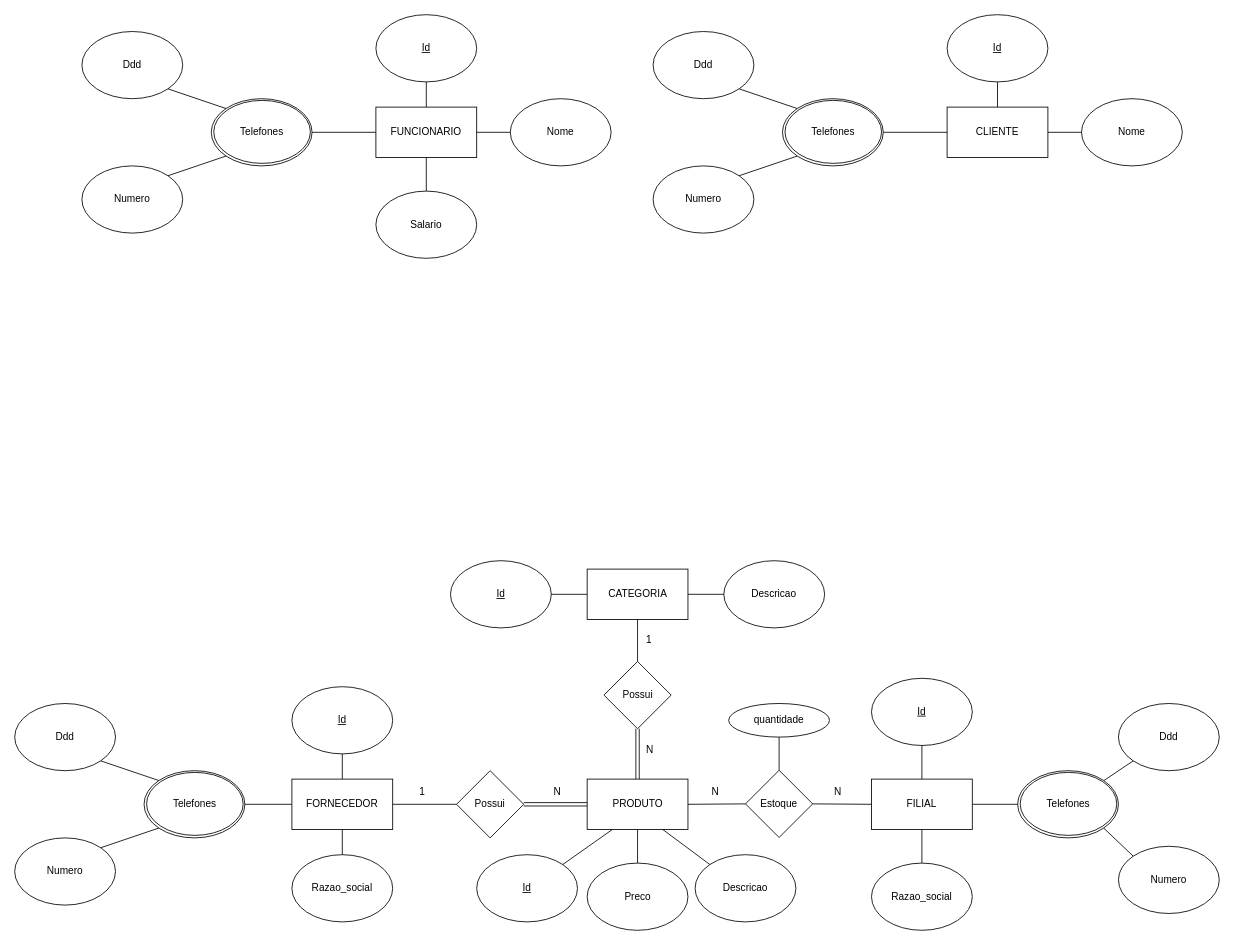
This is BDLEO.drawio from Konitch/Diagram, a draw.io file, before an edit. Source tidied: cells renumbered, new cells numbered last; positions are measured from the earlier drawing's top-left corner, leaving out a move shared by most shapes. Both pictures are drawn from the tidied source at 84%, with x=0, y=0 at pixel (14, 14).
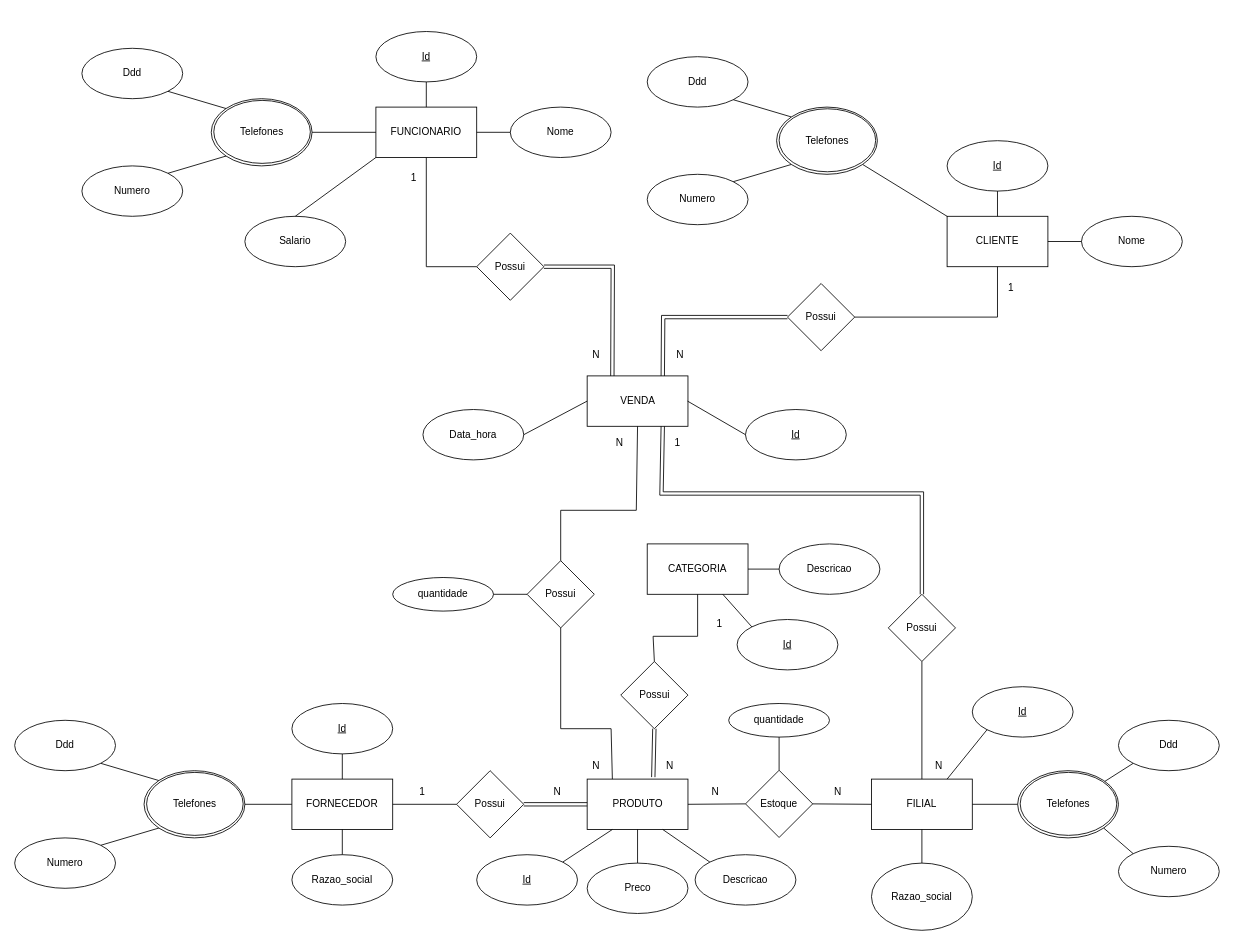
Above is the later version.

The change refers to these unchanged cells:
```xml
<mxCell id="5" value="FILIAL" style="rounded=0;whiteSpace=wrap;html=1;" parent="1" vertex="1">
  <mxGeometry x="1020" y="910" width="120" height="60" as="geometry" />
</mxCell>
<mxCell id="29" value="PRODUTO" style="rounded=0;whiteSpace=wrap;html=1;" parent="1" vertex="1">
  <mxGeometry x="681.5" y="910" width="120" height="60" as="geometry" />
</mxCell>
<mxCell id="55" value="FUNCIONARIO" style="rounded=0;whiteSpace=wrap;html=1;" parent="1" vertex="1">
  <mxGeometry x="430" y="110" width="120" height="60" as="geometry" />
</mxCell>
```

What changed in the source:
```diff
@@
     <mxCell id="2" value="CLIENTE" style="rounded=0;whiteSpace=wrap;html=1;" parent="1" vertex="1">
-      <mxGeometry x="1110" y="110" width="120" height="60" as="geometry" />
+      <mxGeometry x="1110" y="240" width="120" height="60" as="geometry" />
     </mxCell>
     <mxCell id="3" value="&lt;u&gt;Id&lt;/u&gt;" style="ellipse;whiteSpace=wrap;html=1;" parent="1" vertex="1">
-      <mxGeometry x="1110" width="120" height="80" as="geometry" />
+      <mxGeometry x="1110" y="150" width="120" height="60" as="geometry" />
     </mxCell>
     <mxCell id="4" value="Nome" style="ellipse;whiteSpace=wrap;html=1;" parent="1" vertex="1">
-      <mxGeometry x="1270" y="100" width="120" height="80" as="geometry" />
+      <mxGeometry x="1270" y="240" width="120" height="60" as="geometry" />
     </mxCell>
@@
     <mxCell id="6" value="&lt;u&gt;Id&lt;/u&gt;" style="ellipse;whiteSpace=wrap;html=1;" parent="1" vertex="1">
-      <mxGeometry x="1020" y="790" width="120" height="80" as="geometry" />
+      <mxGeometry x="1140" y="800" width="120" height="60" as="geometry" />
     </mxCell>
@@
     <mxCell id="10" value="Ddd" style="ellipse;whiteSpace=wrap;html=1;" parent="1" vertex="1">
-      <mxGeometry x="1314" y="820" width="120" height="80" as="geometry" />
+      <mxGeometry x="1314" y="840" width="120" height="60" as="geometry" />
     </mxCell>
     <mxCell id="11" value="Numero" style="ellipse;whiteSpace=wrap;html=1;" parent="1" vertex="1">
-      <mxGeometry x="1314" y="990" width="120" height="80" as="geometry" />
+      <mxGeometry x="1314" y="990" width="120" height="60" as="geometry" />
     </mxCell>
     <mxCell id="12" value="CATEGORIA" style="rounded=0;whiteSpace=wrap;html=1;" parent="1" vertex="1">
-      <mxGeometry x="681.5" y="660" width="120" height="60" as="geometry" />
+      <mxGeometry x="753" y="630" width="120" height="60" as="geometry" />
     </mxCell>
     <mxCell id="13" value="&lt;u&gt;Id&lt;/u&gt;" style="ellipse;whiteSpace=wrap;html=1;" parent="1" vertex="1">
-      <mxGeometry x="518.8" y="650" width="120" height="80" as="geometry" />
+      <mxGeometry x="860" y="720" width="120" height="60" as="geometry" />
     </mxCell>
     <mxCell id="14" value="Descricao" style="ellipse;whiteSpace=wrap;html=1;" parent="1" vertex="1">
-      <mxGeometry x="844.2" y="650" width="120" height="80" as="geometry" />
+      <mxGeometry x="910" y="630" width="120" height="60" as="geometry" />
     </mxCell>
-    <mxCell id="15" style="endArrow=none;html=1;rounded=0;exitX=1;exitY=0.5;exitDx=0;exitDy=0;entryX=0;entryY=0.5;entryDx=0;entryDy=0;" parent="1" edge="1" source="13" target="12">
+    <mxCell id="15" style="endArrow=none;html=1;rounded=0;exitX=0;exitY=0;exitDx=0;exitDy=0;entryX=0.75;entryY=1;entryDx=0;entryDy=0;" parent="1" edge="1" source="13" target="12">
       <mxGeometry relative="1" as="geometry" />
     </mxCell>
@@
-    <mxCell id="19" style="endArrow=none;html=1;rounded=0;entryX=0.5;entryY=1;entryDx=0;entryDy=0;exitX=0.5;exitY=0;exitDx=0;exitDy=0;" parent="1" edge="1" source="5" target="6">
+    <mxCell id="19" style="endArrow=none;html=1;rounded=0;entryX=0;entryY=1;entryDx=0;entryDy=0;exitX=0.75;exitY=0;exitDx=0;exitDy=0;" parent="1" edge="1" source="5" target="6">
       <mxGeometry relative="1" as="geometry" />
     </mxCell>
@@
     <mxCell id="22" style="ellipse;whiteSpace=wrap;html=1;" parent="1" vertex="1">
-      <mxGeometry x="914" y="100" width="120" height="80" as="geometry" />
+      <mxGeometry x="907" y="110" width="120" height="80" as="geometry" />
     </mxCell>
     <mxCell id="23" value="Telefones" style="ellipse;whiteSpace=wrap;html=1;" parent="1" vertex="1">
-      <mxGeometry x="917" y="102" width="115" height="75" as="geometry" />
+      <mxGeometry x="910" y="112" width="115" height="75" as="geometry" />
     </mxCell>
     <mxCell id="24" value="Ddd" style="ellipse;whiteSpace=wrap;html=1;" parent="1" vertex="1">
-      <mxGeometry x="760" y="20" width="120" height="80" as="geometry" />
+      <mxGeometry x="753" y="50" width="120" height="60" as="geometry" />
     </mxCell>
     <mxCell id="25" value="Numero" style="ellipse;whiteSpace=wrap;html=1;" parent="1" vertex="1">
-      <mxGeometry x="760" y="180" width="120" height="80" as="geometry" />
+      <mxGeometry x="753" y="190" width="120" height="60" as="geometry" />
     </mxCell>
@@
-    <mxCell id="28" style="endArrow=none;html=1;rounded=0;entryX=0;entryY=0.5;entryDx=0;entryDy=0;exitX=1;exitY=0.5;exitDx=0;exitDy=0;" parent="1" edge="1" source="22" target="2">
+    <mxCell id="28" style="endArrow=none;html=1;rounded=0;entryX=0;entryY=0;entryDx=0;entryDy=0;exitX=1;exitY=1;exitDx=0;exitDy=0;" parent="1" edge="1" source="22" target="2">
       <mxGeometry relative="1" as="geometry" />
     </mxCell>
@@
     <mxCell id="30" value="&lt;u&gt;Id&lt;/u&gt;" style="ellipse;whiteSpace=wrap;html=1;" parent="1" vertex="1">
-      <mxGeometry x="550" y="1000" width="120" height="80" as="geometry" />
+      <mxGeometry x="550" y="1000" width="120" height="60" as="geometry" />
     </mxCell>
     <mxCell id="31" value="Descricao" style="ellipse;whiteSpace=wrap;html=1;" parent="1" vertex="1">
-      <mxGeometry x="810" y="1000" width="120" height="80" as="geometry" />
+      <mxGeometry x="810" y="1000" width="120" height="60" as="geometry" />
     </mxCell>
@@
     <mxCell id="34" value="Preco" style="ellipse;whiteSpace=wrap;html=1;" parent="1" vertex="1">
-      <mxGeometry x="681.5" y="1010" width="120" height="80" as="geometry" />
+      <mxGeometry x="681.5" y="1010" width="120" height="60" as="geometry" />
     </mxCell>
@@
     <mxCell id="36" value="Possui" style="rhombus;whiteSpace=wrap;html=1;" parent="1" vertex="1">
-      <mxGeometry x="701.5" y="770" width="80" height="80" as="geometry" />
+      <mxGeometry x="721.5" y="770" width="80" height="80" as="geometry" />
     </mxCell>
     <mxCell id="37" style="endArrow=none;html=1;rounded=0;entryX=0.5;entryY=1;entryDx=0;entryDy=0;exitX=0.5;exitY=0;exitDx=0;exitDy=0;" parent="1" edge="1" source="36" target="12">
-      <mxGeometry relative="1" as="geometry" />
+      <mxGeometry relative="1" as="geometry">
+        <Array as="points">
+          <mxPoint x="760" y="740" />
+          <mxPoint x="813" y="740" />
+        </Array>
+      </mxGeometry>
     </mxCell>
     <mxCell id="38" value="N" style="text;strokeColor=none;fillColor=none;align=left;verticalAlign=middle;spacingLeft=4;spacingRight=4;overflow=hidden;whiteSpace=wrap;html=1;" parent="1" vertex="1">
-      <mxGeometry x="746" y="860" width="20" height="30" as="geometry" />
+      <mxGeometry x="781.5" y="390" width="20" height="30" as="geometry" />
     </mxCell>
     <mxCell id="39" value="1" style="text;strokeColor=none;fillColor=none;align=left;verticalAlign=middle;spacingLeft=4;spacingRight=4;overflow=hidden;whiteSpace=wrap;html=1;" parent="1" vertex="1">
-      <mxGeometry x="746" y="730" width="20" height="30" as="geometry" />
+      <mxGeometry x="780" y="495" width="20" height="30" as="geometry" />
     </mxCell>
-    <mxCell id="40" style="shape=link;html=1;rounded=0;exitX=0.5;exitY=0;exitDx=0;exitDy=0;entryX=0.5;entryY=1;entryDx=0;entryDy=0;" parent="1" edge="1" source="29" target="36">
+    <mxCell id="40" style="shape=link;html=1;rounded=0;exitX=0.656;exitY=-0.039;exitDx=0;exitDy=0;entryX=0.5;entryY=1;entryDx=0;entryDy=0;exitPerimeter=0;" parent="1" edge="1" source="29" target="36">
       <mxGeometry relative="1" as="geometry" />
     </mxCell>
@@
     <mxCell id="42" value="&lt;u&gt;Id&lt;/u&gt;" style="ellipse;whiteSpace=wrap;html=1;" parent="1" vertex="1">
-      <mxGeometry x="330" y="800" width="120" height="80" as="geometry" />
+      <mxGeometry x="330" y="820" width="120" height="60" as="geometry" />
     </mxCell>
     <mxCell id="43" value="Razao_social" style="ellipse;whiteSpace=wrap;html=1;" parent="1" vertex="1">
-      <mxGeometry x="330" y="1000" width="120" height="80" as="geometry" />
+      <mxGeometry x="330" y="1000" width="120" height="60" as="geometry" />
     </mxCell>
@@
     <mxCell id="46" value="Ddd" style="ellipse;whiteSpace=wrap;html=1;" parent="1" vertex="1">
-      <mxGeometry y="820" width="120" height="80" as="geometry" />
+      <mxGeometry y="840" width="120" height="60" as="geometry" />
     </mxCell>
     <mxCell id="47" value="Numero" style="ellipse;whiteSpace=wrap;html=1;" parent="1" vertex="1">
-      <mxGeometry y="980" width="120" height="80" as="geometry" />
+      <mxGeometry y="980" width="120" height="60" as="geometry" />
     </mxCell>
@@
     <mxCell id="56" value="&lt;u&gt;Id&lt;/u&gt;" style="ellipse;whiteSpace=wrap;html=1;" parent="1" vertex="1">
-      <mxGeometry x="430" width="120" height="80" as="geometry" />
+      <mxGeometry x="430" y="20" width="120" height="60" as="geometry" />
     </mxCell>
     <mxCell id="57" value="Nome" style="ellipse;whiteSpace=wrap;html=1;" parent="1" vertex="1">
-      <mxGeometry x="590" y="100" width="120" height="80" as="geometry" />
+      <mxGeometry x="590" y="110" width="120" height="60" as="geometry" />
     </mxCell>
@@
     <mxCell id="60" value="Ddd" style="ellipse;whiteSpace=wrap;html=1;" parent="1" vertex="1">
-      <mxGeometry x="80" y="20" width="120" height="80" as="geometry" />
+      <mxGeometry x="80" y="40" width="120" height="60" as="geometry" />
     </mxCell>
     <mxCell id="61" value="Numero" style="ellipse;whiteSpace=wrap;html=1;" parent="1" vertex="1">
-      <mxGeometry x="80" y="180" width="120" height="80" as="geometry" />
+      <mxGeometry x="80" y="180" width="120" height="60" as="geometry" />
     </mxCell>
@@
     <mxCell id="67" value="Salario" style="ellipse;whiteSpace=wrap;html=1;" parent="1" vertex="1">
-      <mxGeometry x="430" y="210" width="120" height="80" as="geometry" />
+      <mxGeometry x="274" y="240" width="120" height="60" as="geometry" />
     </mxCell>
-    <mxCell id="68" style="endArrow=none;html=1;rounded=0;exitX=0.5;exitY=0;exitDx=0;exitDy=0;entryX=0.5;entryY=1;entryDx=0;entryDy=0;" parent="1" edge="1" source="67" target="55">
+    <mxCell id="68" style="endArrow=none;html=1;rounded=0;exitX=0.5;exitY=0;exitDx=0;exitDy=0;entryX=0;entryY=1;entryDx=0;entryDy=0;" parent="1" edge="1" source="67" target="55">
       <mxGeometry relative="1" as="geometry" />
     </mxCell>
@@
+    <mxCell id="81" value="VENDA" style="rounded=0;whiteSpace=wrap;html=1;" parent="1" vertex="1">
+      <mxGeometry x="681.5" y="430" width="120" height="60" as="geometry" />
+    </mxCell>
+    <mxCell id="82" value="&lt;u&gt;Id&lt;/u&gt;" style="ellipse;whiteSpace=wrap;html=1;" parent="1" vertex="1">
+      <mxGeometry x="870" y="470" width="120" height="60" as="geometry" />
+    </mxCell>
+    <mxCell id="83" value="Data_hora" style="ellipse;whiteSpace=wrap;html=1;" parent="1" vertex="1">
+      <mxGeometry x="486" y="470" width="120" height="60" as="geometry" />
+    </mxCell>
+    <mxCell id="84" style="endArrow=none;html=1;rounded=0;exitX=0;exitY=0.5;exitDx=0;exitDy=0;" parent="1" edge="1" source="82">
+      <mxGeometry relative="1" as="geometry">
+        <mxPoint x="801" y="460" as="targetPoint" />
+      </mxGeometry>
+    </mxCell>
+    <mxCell id="85" style="endArrow=none;html=1;rounded=0;exitX=1;exitY=0.5;exitDx=0;exitDy=0;entryX=0;entryY=0.5;entryDx=0;entryDy=0;" parent="1" edge="1" source="83" target="81">
+      <mxGeometry relative="1" as="geometry" />
+    </mxCell>
+    <mxCell id="86" value="Possui" style="rhombus;whiteSpace=wrap;html=1;" parent="1" vertex="1">
+      <mxGeometry x="920" y="320" width="80" height="80" as="geometry" />
+    </mxCell>
+    <mxCell id="87" style="endArrow=none;html=1;rounded=0;exitX=1;exitY=0.5;exitDx=0;exitDy=0;entryX=0.5;entryY=1;entryDx=0;entryDy=0;" parent="1" edge="1" source="86" target="2">
+      <mxGeometry relative="1" as="geometry">
+        <Array as="points">
+          <mxPoint x="1170" y="360" />
+        </Array>
+      </mxGeometry>
+    </mxCell>
+    <mxCell id="88" style="shape=link;html=1;rounded=0;exitX=0.75;exitY=0;exitDx=0;exitDy=0;entryX=0;entryY=0.5;entryDx=0;entryDy=0;" parent="1" edge="1" source="81" target="86">
+      <mxGeometry relative="1" as="geometry">
+        <Array as="points">
+          <mxPoint x="772" y="360" />
+        </Array>
+      </mxGeometry>
+    </mxCell>
+    <mxCell id="89" value="N" style="text;strokeColor=none;fillColor=none;align=left;verticalAlign=middle;spacingLeft=4;spacingRight=4;overflow=hidden;whiteSpace=wrap;html=1;" parent="1" vertex="1">
+      <mxGeometry x="681.5" y="880" width="20" height="30" as="geometry" />
+    </mxCell>
+    <mxCell id="90" value="1" style="text;strokeColor=none;fillColor=none;align=left;verticalAlign=middle;spacingLeft=4;spacingRight=4;overflow=hidden;whiteSpace=wrap;html=1;" parent="1" vertex="1">
+      <mxGeometry x="1177" y="310" width="20" height="30" as="geometry" />
+    </mxCell>
+    <mxCell id="91" value="Possui" style="rhombus;whiteSpace=wrap;html=1;" parent="1" vertex="1">
+      <mxGeometry x="550" y="260" width="80" height="80" as="geometry" />
+    </mxCell>
+    <mxCell id="92" style="shape=link;html=1;rounded=0;exitX=0.25;exitY=0;exitDx=0;exitDy=0;entryX=1;entryY=0.5;entryDx=0;entryDy=0;" parent="1" edge="1" source="81" target="91">
+      <mxGeometry relative="1" as="geometry">
+        <Array as="points">
+          <mxPoint x="712" y="300" />
+        </Array>
+      </mxGeometry>
+    </mxCell>
+    <mxCell id="93" value="N" style="text;strokeColor=none;fillColor=none;align=left;verticalAlign=middle;spacingLeft=4;spacingRight=4;overflow=hidden;whiteSpace=wrap;html=1;" parent="1" vertex="1">
+      <mxGeometry x="681.5" y="390" width="20" height="30" as="geometry" />
+    </mxCell>
+    <mxCell id="94" style="endArrow=none;html=1;rounded=0;exitX=0;exitY=0.5;exitDx=0;exitDy=0;entryX=0.5;entryY=1;entryDx=0;entryDy=0;" parent="1" edge="1" source="91" target="55">
+      <mxGeometry relative="1" as="geometry">
+        <Array as="points">
+          <mxPoint x="490" y="300" />
+        </Array>
+      </mxGeometry>
+    </mxCell>
+    <mxCell id="95" value="1" style="text;strokeColor=none;fillColor=none;align=left;verticalAlign=middle;spacingLeft=4;spacingRight=4;overflow=hidden;whiteSpace=wrap;html=1;" parent="1" vertex="1">
+      <mxGeometry x="466" y="180" width="20" height="30" as="geometry" />
+    </mxCell>
+    <mxCell id="96" value="Possui" style="rhombus;whiteSpace=wrap;html=1;" parent="1" vertex="1">
+      <mxGeometry x="610" y="650" width="80" height="80" as="geometry" />
+    </mxCell>
+    <mxCell id="97" style="endArrow=none;html=1;rounded=0;exitX=0.25;exitY=0;exitDx=0;exitDy=0;entryX=0.5;entryY=1;entryDx=0;entryDy=0;" parent="1" edge="1" source="29" target="96">
+      <mxGeometry relative="1" as="geometry">
+        <Array as="points">
+          <mxPoint x="710" y="850" />
+          <mxPoint x="650" y="850" />
+        </Array>
+      </mxGeometry>
+    </mxCell>
+    <mxCell id="98" style="endArrow=none;html=1;rounded=0;exitX=0.5;exitY=0;exitDx=0;exitDy=0;entryX=0.5;entryY=1;entryDx=0;entryDy=0;" parent="1" edge="1" source="96" target="81">
+      <mxGeometry relative="1" as="geometry">
+        <Array as="points">
+          <mxPoint x="650" y="590" />
+          <mxPoint x="740" y="590" />
+        </Array>
+      </mxGeometry>
+    </mxCell>
+    <mxCell id="99" value="N" style="text;strokeColor=none;fillColor=none;align=left;verticalAlign=middle;spacingLeft=4;spacingRight=4;overflow=hidden;whiteSpace=wrap;html=1;" parent="1" vertex="1">
+      <mxGeometry x="770" y="880" width="20" height="30" as="geometry" />
+    </mxCell>
+    <mxCell id="100" value="N" style="text;strokeColor=none;fillColor=none;align=left;verticalAlign=middle;spacingLeft=4;spacingRight=4;overflow=hidden;whiteSpace=wrap;html=1;" parent="1" vertex="1">
+      <mxGeometry x="710" y="495" width="20" height="30" as="geometry" />
+    </mxCell>
+    <mxCell id="101" value="Possui" style="rhombus;whiteSpace=wrap;html=1;" parent="1" vertex="1">
+      <mxGeometry x="1040" y="690" width="80" height="80" as="geometry" />
+    </mxCell>
+    <mxCell id="102" style="shape=link;html=1;rounded=0;exitX=0.75;exitY=1;exitDx=0;exitDy=0;entryX=0.5;entryY=0;entryDx=0;entryDy=0;" parent="1" edge="1" source="81" target="101">
+      <mxGeometry relative="1" as="geometry">
+        <Array as="points">
+          <mxPoint x="770" y="570" />
+          <mxPoint x="1080" y="570" />
+        </Array>
+      </mxGeometry>
+    </mxCell>
+    <mxCell id="103" style="endArrow=none;html=1;rounded=0;exitX=0.5;exitY=0;exitDx=0;exitDy=0;entryX=0.5;entryY=1;entryDx=0;entryDy=0;" parent="1" edge="1" source="5" target="101">
+      <mxGeometry relative="1" as="geometry" />
+    </mxCell>
+    <mxCell id="104" value="1" style="text;strokeColor=none;fillColor=none;align=left;verticalAlign=middle;spacingLeft=4;spacingRight=4;overflow=hidden;whiteSpace=wrap;html=1;" parent="1" vertex="1">
+      <mxGeometry x="830" y="710" width="20" height="30" as="geometry" />
+    </mxCell>
+    <mxCell id="105" value="N" style="text;strokeColor=none;fillColor=none;align=left;verticalAlign=middle;spacingLeft=4;spacingRight=4;overflow=hidden;whiteSpace=wrap;html=1;" parent="1" vertex="1">
+      <mxGeometry x="1090" y="880" width="20" height="30" as="geometry" />
+    </mxCell>
+    <mxCell id="106" value="quantidade" style="ellipse;whiteSpace=wrap;html=1;" parent="1" vertex="1">
+      <mxGeometry x="450" y="670" width="120" height="40" as="geometry" />
+    </mxCell>
+    <mxCell id="107" style="endArrow=none;html=1;rounded=0;exitX=1;exitY=0.5;exitDx=0;exitDy=0;" parent="1" edge="1" source="106">
+      <mxGeometry relative="1" as="geometry">
+        <mxPoint x="610" y="690" as="targetPoint" />
+      </mxGeometry>
+    </mxCell>
```
